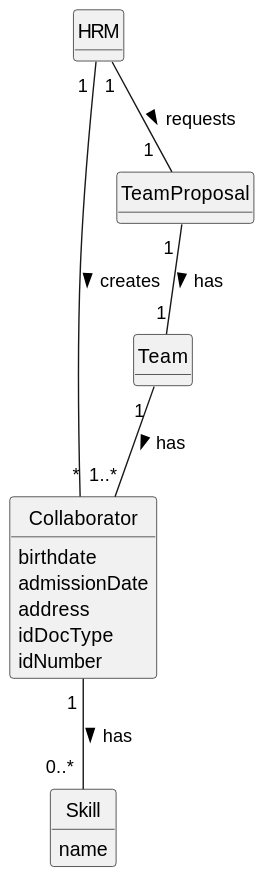
This is docs/sprintA/us005/02.analysis/svg/us005-domain-model.svg from Departamento-de-Engenharia-Informatica/lei-24-s2-1do-g164, a PlantUML export, as it was before one commit.
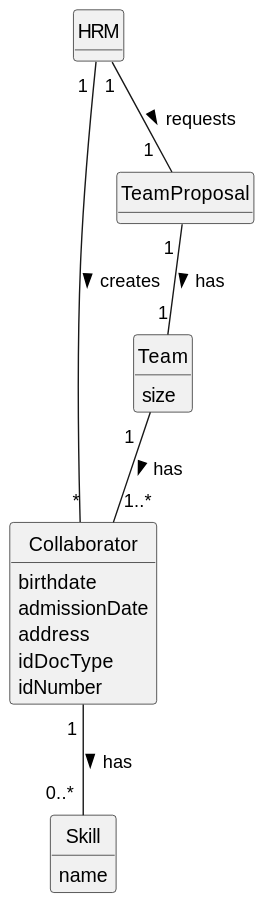
Above is the later version.

What changed in the source:
```diff
@@ -25,6 +25,7 @@
 }
 
 class Team {
+size
 
 }
 
@@ -35,6 +36,6 @@
 HRM "1 " -- "*" Collaborator : creates >
 HRM "1" -- "1  " TeamProposal : requests >
 TeamProposal "1 " --"1" Team: has >
-Team "1 " -- "1..*" Collaborator: has >
+Team "1  " -- "1..*                  " Collaborator: has >
 Collaborator "1 " -- "0..* " Skill : has >
 @enduml
```
